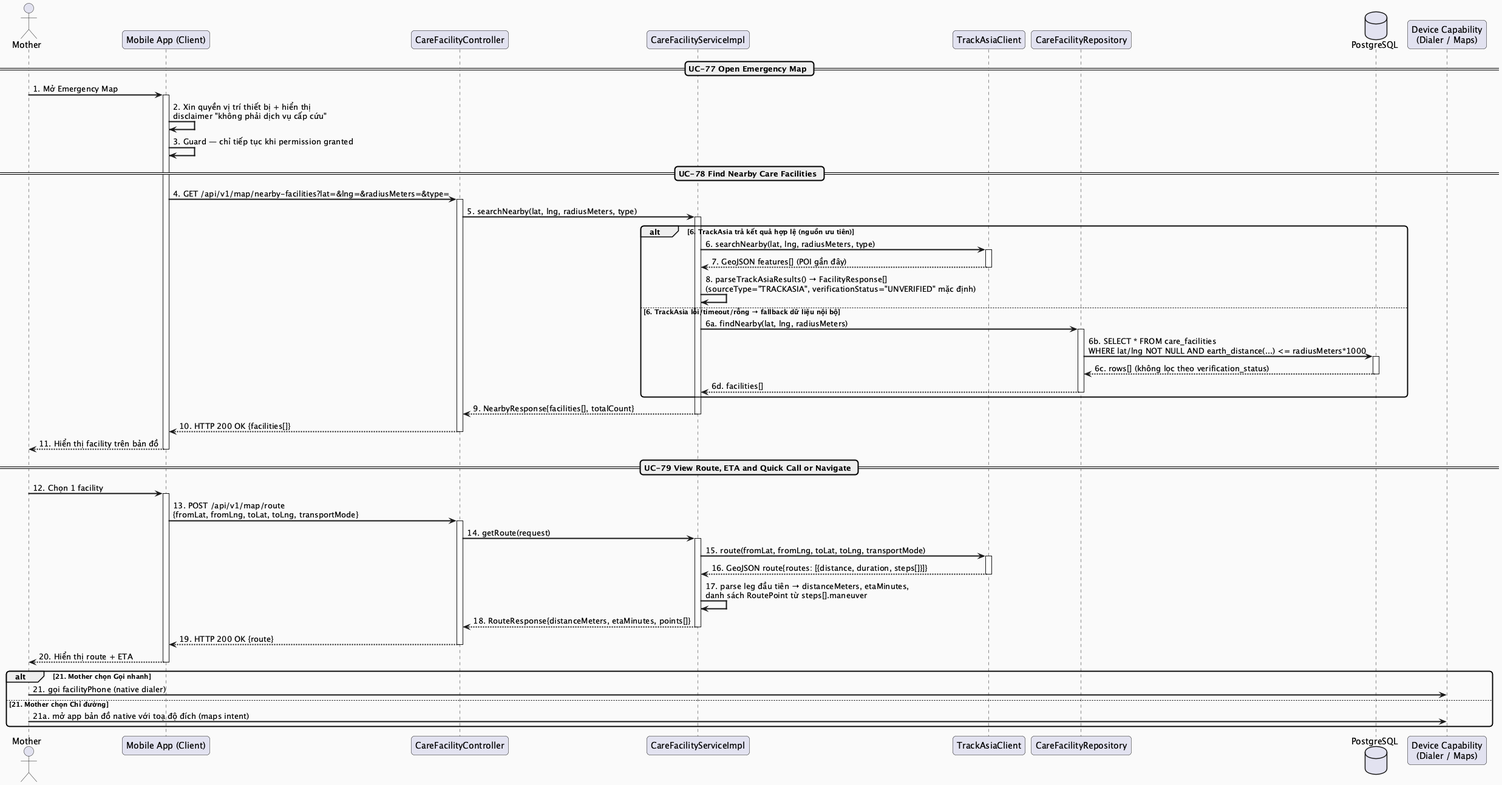
Above: docs/Detailed_Design/MF07_Emergency_Map_Nearby_Care_Support/images/MF07_01_EmergencyMap_SequenceDiagram.png in ChuongBDHE172784/CareBridge_SEP490_G79 (PlantUML), before the change.
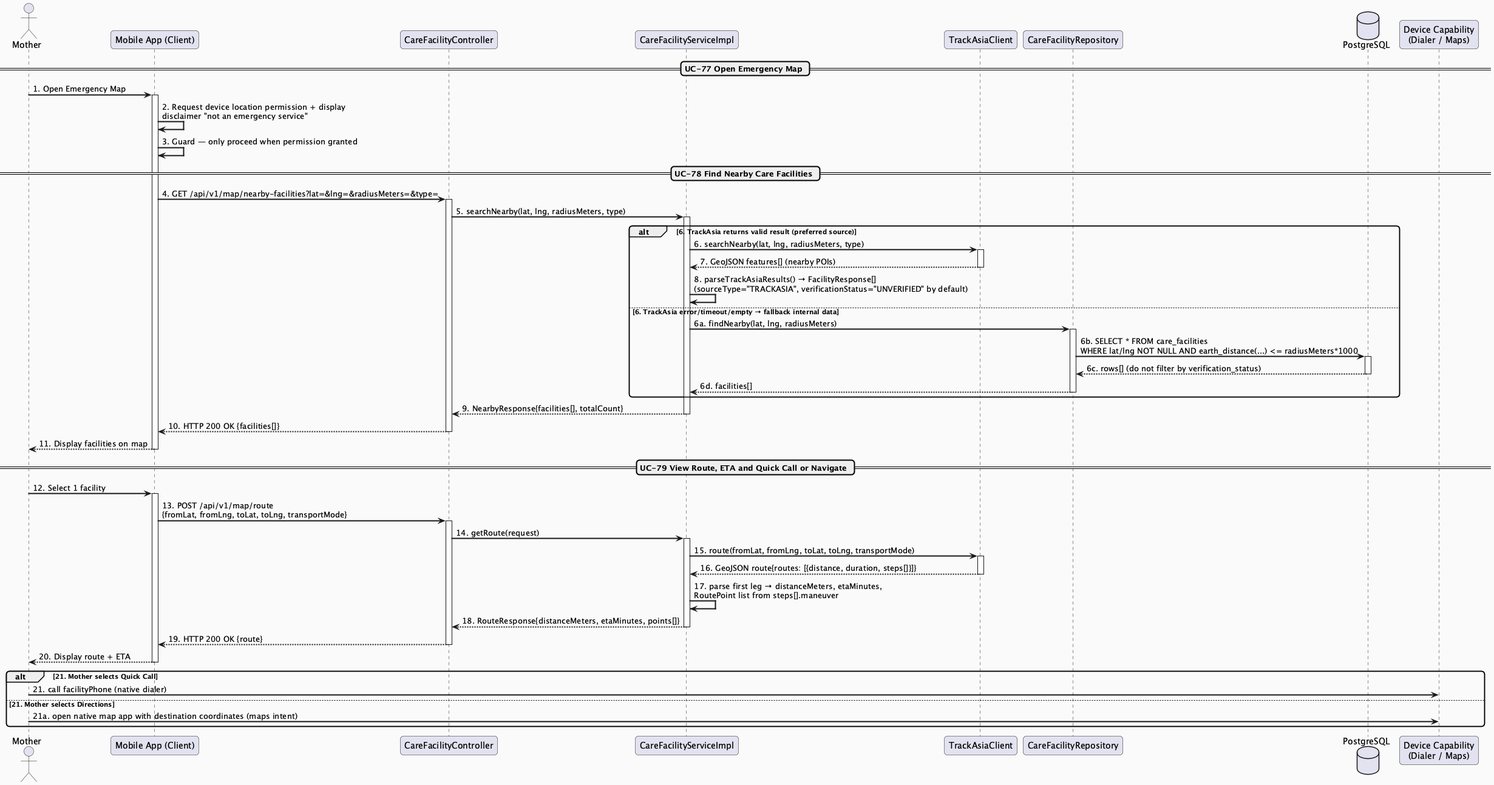
The same diagram one commit later.

What changed in the source:
```diff
@@ -13,28 +13,28 @@
 participant "Device Capability\n(Dialer / Maps)" as Device
 
 == UC-77 Open Emergency Map ==
-M -> App : 1. Mở Emergency Map
+M -> App : 1. Open Emergency Map
 activate App
-App -> App : 2. Xin quyền vị trí thiết bị + hiển thị\ndisclaimer "không phải dịch vụ cấp cứu"
-App -> App : 3. Guard — chỉ tiếp tục khi permission granted
+App -> App : 2. Request device location permission + display\ndisclaimer "not an emergency service"
+App -> App : 3. Guard — only proceed when permission granted
 
 == UC-78 Find Nearby Care Facilities ==
 App -> Controller : 4. GET /api/v1/map/nearby-facilities?lat=&lng=&radiusMeters=&type=
 activate Controller
 Controller -> Service : 5. searchNearby(lat, lng, radiusMeters, type)
 activate Service
-alt 6. TrackAsia trả kết quả hợp lệ (nguồn ưu tiên)
+alt 6. TrackAsia returns valid result (preferred source)
   Service -> TrackAsia : 6. searchNearby(lat, lng, radiusMeters, type)
   activate TrackAsia
-  TrackAsia --> Service : 7. GeoJSON features[] (POI gần đây)
+  TrackAsia --> Service : 7. GeoJSON features[] (nearby POIs)
   deactivate TrackAsia
-  Service -> Service : 8. parseTrackAsiaResults() → FacilityResponse[]\n(sourceType="TRACKASIA", verificationStatus="UNVERIFIED" mặc định)
-else 6. TrackAsia lỗi/timeout/rỗng → fallback dữ liệu nội bộ
+  Service -> Service : 8. parseTrackAsiaResults() → FacilityResponse[]\n(sourceType="TRACKASIA", verificationStatus="UNVERIFIED" by default)
+else 6. TrackAsia error/timeout/empty → fallback internal data
   Service -> FacilityRepo : 6a. findNearby(lat, lng, radiusMeters)
   activate FacilityRepo
   FacilityRepo -> DB : 6b. SELECT * FROM care_facilities\nWHERE lat/lng NOT NULL AND earth_distance(...) <= radiusMeters*1000
   activate DB
-  DB --> FacilityRepo : 6c. rows[] (không lọc theo verification_status)
+  DB --> FacilityRepo : 6c. rows[] (do not filter by verification_status)
   deactivate DB
   FacilityRepo --> Service : 6d. facilities[]
   deactivate FacilityRepo
@@ -43,11 +43,11 @@
 deactivate Service
 Controller --> App : 10. HTTP 200 OK {facilities[]}
 deactivate Controller
-App --> M : 11. Hiển thị facility trên bản đồ
+App --> M : 11. Display facilities on map
 deactivate App
 
 == UC-79 View Route, ETA and Quick Call or Navigate ==
-M -> App : 12. Chọn 1 facility
+M -> App : 12. Select 1 facility
 activate App
 App -> Controller : 13. POST /api/v1/map/route\n{fromLat, fromLng, toLat, toLng, transportMode}
 activate Controller
@@ -57,18 +57,18 @@
 activate TrackAsia
 TrackAsia --> Service : 16. GeoJSON route{routes: [{distance, duration, steps[]}]}
 deactivate TrackAsia
-Service -> Service : 17. parse leg đầu tiên → distanceMeters, etaMinutes,\ndanh sách RoutePoint từ steps[].maneuver
+Service -> Service : 17. parse first leg → distanceMeters, etaMinutes,\nRoutePoint list from steps[].maneuver
 Service --> Controller : 18. RouteResponse{distanceMeters, etaMinutes, points[]}
 deactivate Service
 Controller --> App : 19. HTTP 200 OK {route}
 deactivate Controller
-App --> M : 20. Hiển thị route + ETA
+App --> M : 20. Display route + ETA
 deactivate App
 
-alt 21. Mother chọn Gọi nhanh
-  M -> Device : 21. gọi facilityPhone (native dialer)
-else 21. Mother chọn Chỉ đường
-  M -> Device : 21a. mở app bản đồ native với toạ độ đích (maps intent)
+alt 21. Mother selects Quick Call
+  M -> Device : 21. call facilityPhone (native dialer)
+else 21. Mother selects Directions
+  M -> Device : 21a. open native map app with destination coordinates (maps intent)
 end
 
 @enduml
```
